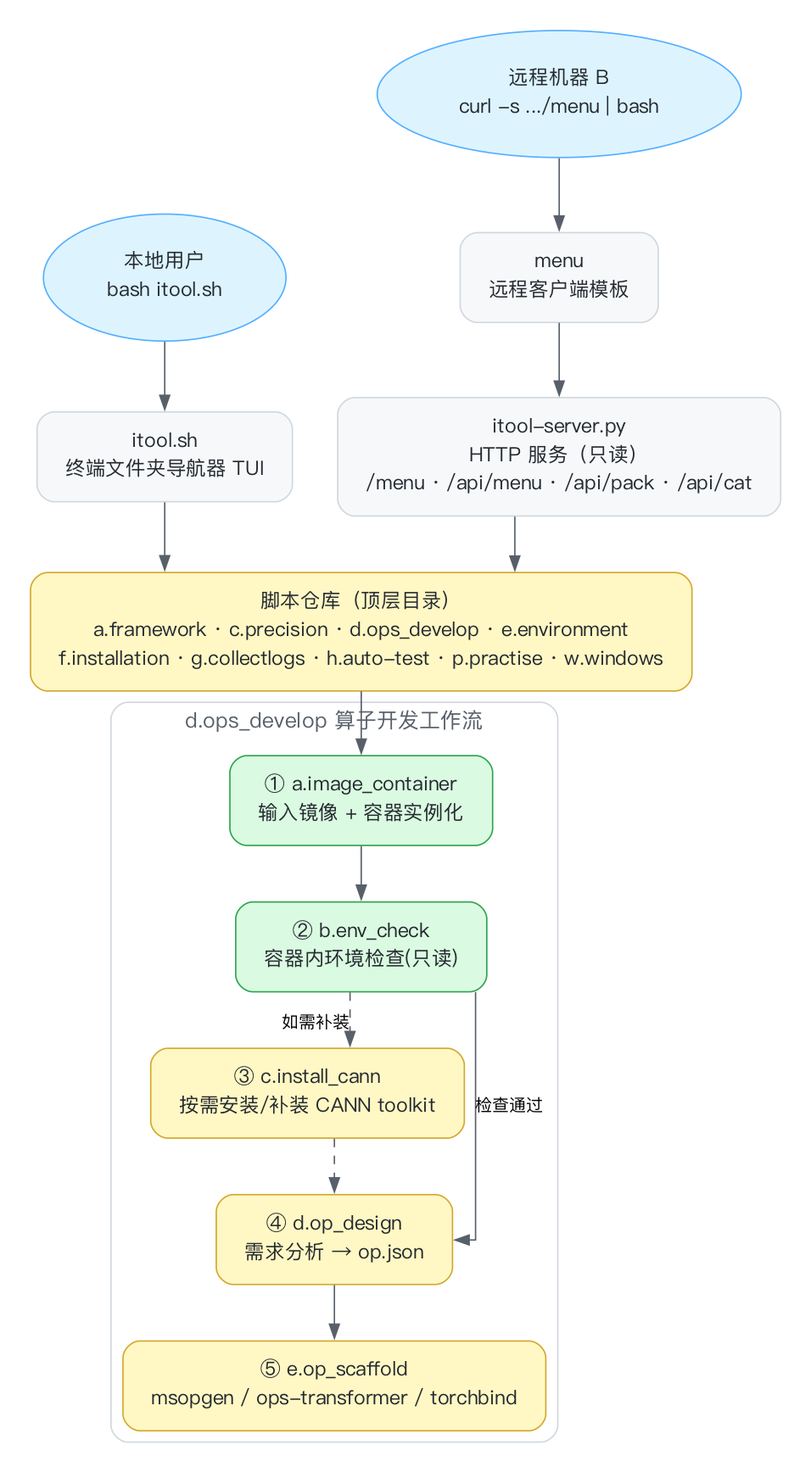
Earlier version of the Graphviz export docs/itool-flow.png (qqiushizi/itool). Its source is kept beside it as docs/itool-flow.dot.
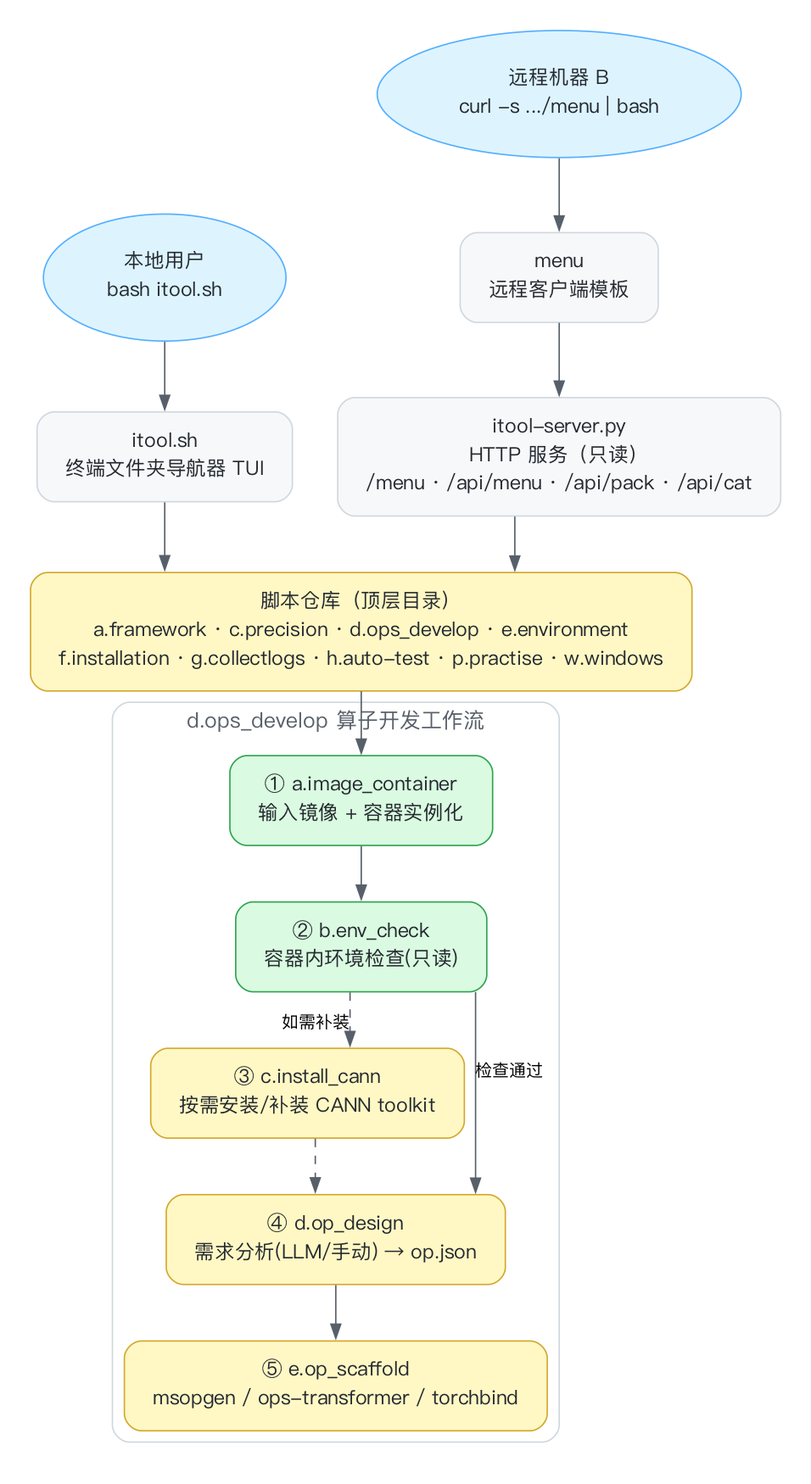
Above is the later version.

What changed in the source:
```diff
@@ -44,7 +44,7 @@
     S1 [label="① a.image_container\n输入镜像 + 容器实例化", fillcolor="#dafbe1", color="#2da44e"];
     S2 [label="② b.env_check\n容器内环境检查(只读)", fillcolor="#dafbe1", color="#2da44e"];
     S3 [label="③ c.install_cann\n按需安装/补装 CANN toolkit", fillcolor="#fff8c5", color="#d4a72c"];
-    S4 [label="④ d.op_design\n需求分析 → op.json", fillcolor="#fff8c5", color="#d4a72c"];
+    S4 [label="④ d.op_design\n需求分析(LLM/手动) → op.json", fillcolor="#fff8c5", color="#d4a72c"];
     S5 [label="⑤ e.op_scaffold\nmsopgen / ops-transformer / torchbind", fillcolor="#fff8c5", color="#d4a72c"];
   }
 
```
